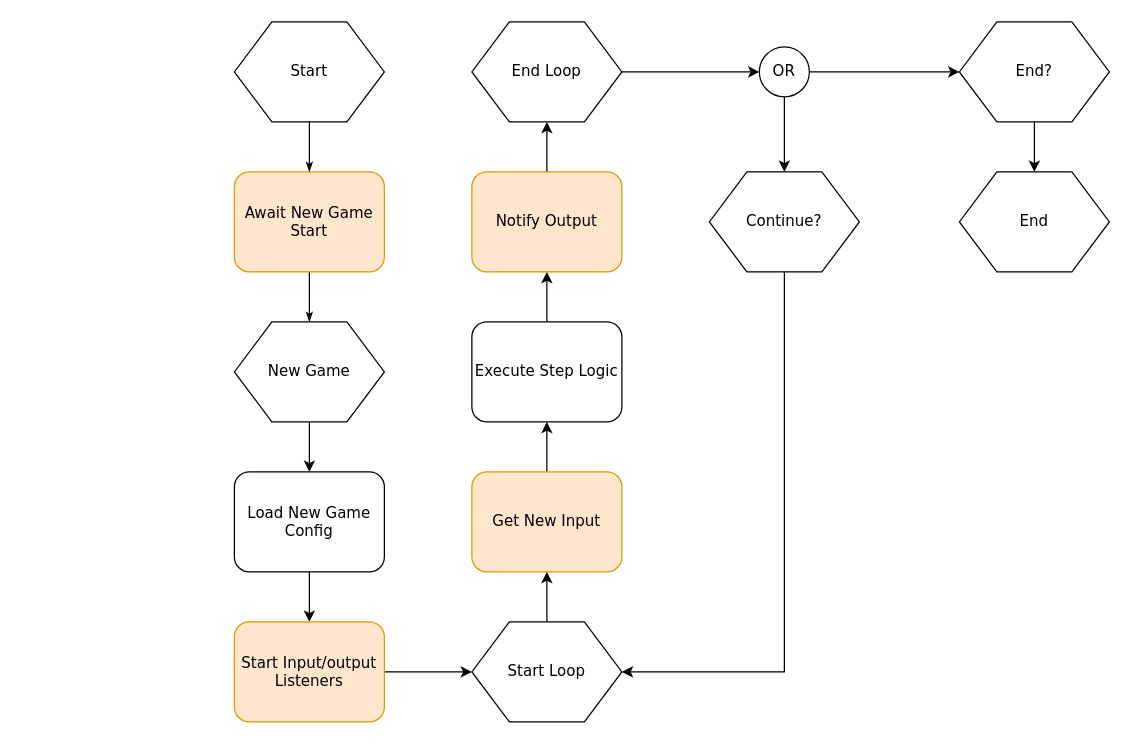
The draw.io diagram Loops Runner Flow.drawio in urbanantics/loops-runner, before the edit. Source tidied: cells renumbered, new cells numbered last; positions are measured from the earlier drawing's top-left corner, leaving out a move shared by most shapes. Both pictures are drawn from the tidied source at 125%, with x=0, y=0 at pixel (234, 21).
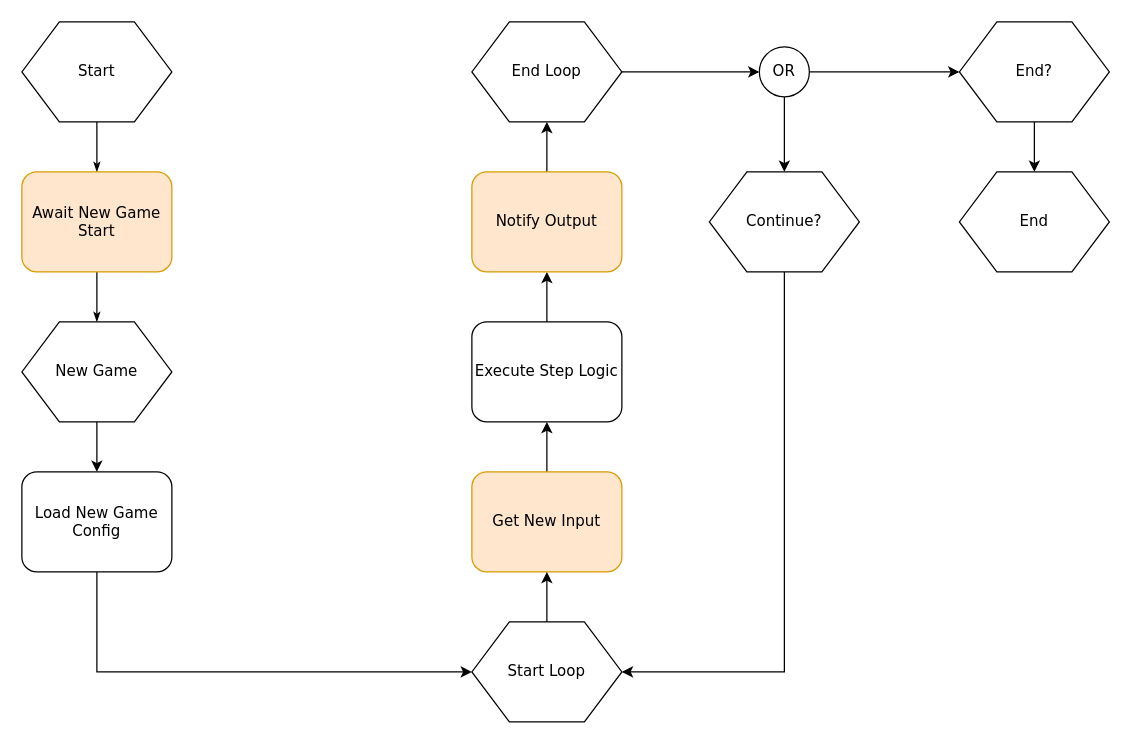
Above is the later version.

Unchanged cells that the change refers to:
```xml
<mxCell id="24" value="Start Loop" style="shape=hexagon;perimeter=hexagonPerimeter;whiteSpace=wrap;html=1;rounded=0;shadow=0;labelBackgroundColor=none;strokeWidth=1;fontFamily=Verdana;fontSize=12;align=center;" parent="1" vertex="1">
  <mxGeometry x="190" y="480" width="120" height="80" as="geometry" />
</mxCell>
```

The edit, as a diff of the source:
```diff
@@
     <mxCell id="3" value="Start" style="shape=hexagon;perimeter=hexagonPerimeter;whiteSpace=wrap;html=1;rounded=0;shadow=0;labelBackgroundColor=none;strokeWidth=1;fontFamily=Verdana;fontSize=12;align=center;" parent="1" vertex="1">
-      <mxGeometry width="120" height="80" as="geometry" />
+      <mxGeometry x="-170" width="120" height="80" as="geometry" />
     </mxCell>
@@
     <mxCell id="5" value="Await New Game Start" style="rounded=1;whiteSpace=wrap;html=1;shadow=0;labelBackgroundColor=none;strokeWidth=1;fontFamily=Verdana;fontSize=12;align=center;fillColor=#ffe6cc;strokeColor=#d79b00;" parent="1" vertex="1">
-      <mxGeometry y="120" width="120" height="80" as="geometry" />
+      <mxGeometry x="-170" y="120" width="120" height="80" as="geometry" />
     </mxCell>
@@
     <mxCell id="7" value="New Game" style="shape=hexagon;perimeter=hexagonPerimeter;whiteSpace=wrap;html=1;rounded=0;shadow=0;labelBackgroundColor=none;strokeWidth=1;fontFamily=Verdana;fontSize=12;align=center;" parent="1" vertex="1">
-      <mxGeometry y="240" width="120" height="80" as="geometry" />
+      <mxGeometry x="-170" y="240" width="120" height="80" as="geometry" />
     </mxCell>
@@
-    <mxCell id="11" style="edgeStyle=orthogonalEdgeStyle;rounded=0;jettySize=auto;html=1;" parent="1" edge="1" source="12" target="14">
-      <mxGeometry relative="1" as="geometry" />
+    <mxCell id="11" style="edgeStyle=orthogonalEdgeStyle;rounded=0;jettySize=auto;html=1;entryX=0;entryY=0.5;entryDx=0;entryDy=0;" parent="1" edge="1" source="12" target="24">
+      <mxGeometry relative="1" as="geometry">
+        <Array as="points">
+          <mxPoint x="-110" y="520" />
+        </Array>
+      </mxGeometry>
     </mxCell>
     <mxCell id="12" value="Load New Game Config" style="rounded=1;whiteSpace=wrap;html=1;shadow=0;labelBackgroundColor=none;strokeWidth=1;fontFamily=Verdana;fontSize=12;align=center;" parent="1" vertex="1">
-      <mxGeometry y="360" width="120" height="80" as="geometry" />
+      <mxGeometry x="-170" y="360" width="120" height="80" as="geometry" />
     </mxCell>
-    <mxCell id="13" style="edgeStyle=orthogonalEdgeStyle;rounded=0;jettySize=auto;html=1;" parent="1" edge="1" source="14" target="24">
-      <mxGeometry relative="1" as="geometry" />
-    </mxCell>
-    <mxCell id="14" value="Start Input/output Listeners" style="rounded=1;whiteSpace=wrap;html=1;shadow=0;labelBackgroundColor=none;strokeWidth=1;fontFamily=Verdana;fontSize=12;align=center;fillColor=#ffe6cc;strokeColor=#d79b00;" parent="1" vertex="1">
-      <mxGeometry y="480" width="120" height="80" as="geometry" />
-    </mxCell>
```
